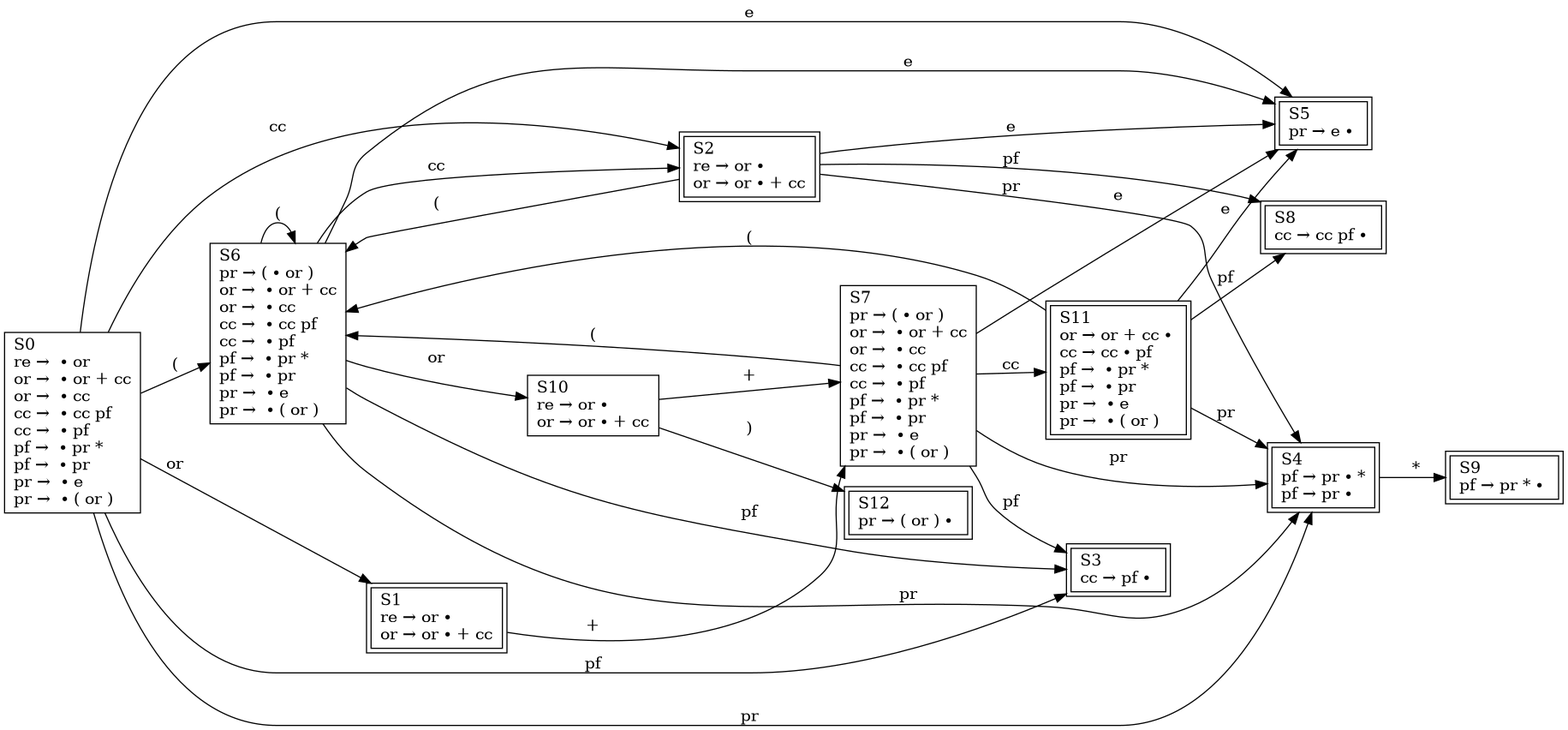
Earlier version of the Graphviz export img/re-parser-cfsm.png (yuyuranium/ToC-Project-2021-re2nfa-bot). Its source is kept beside it as dot/re-parser-cfsm.dot.
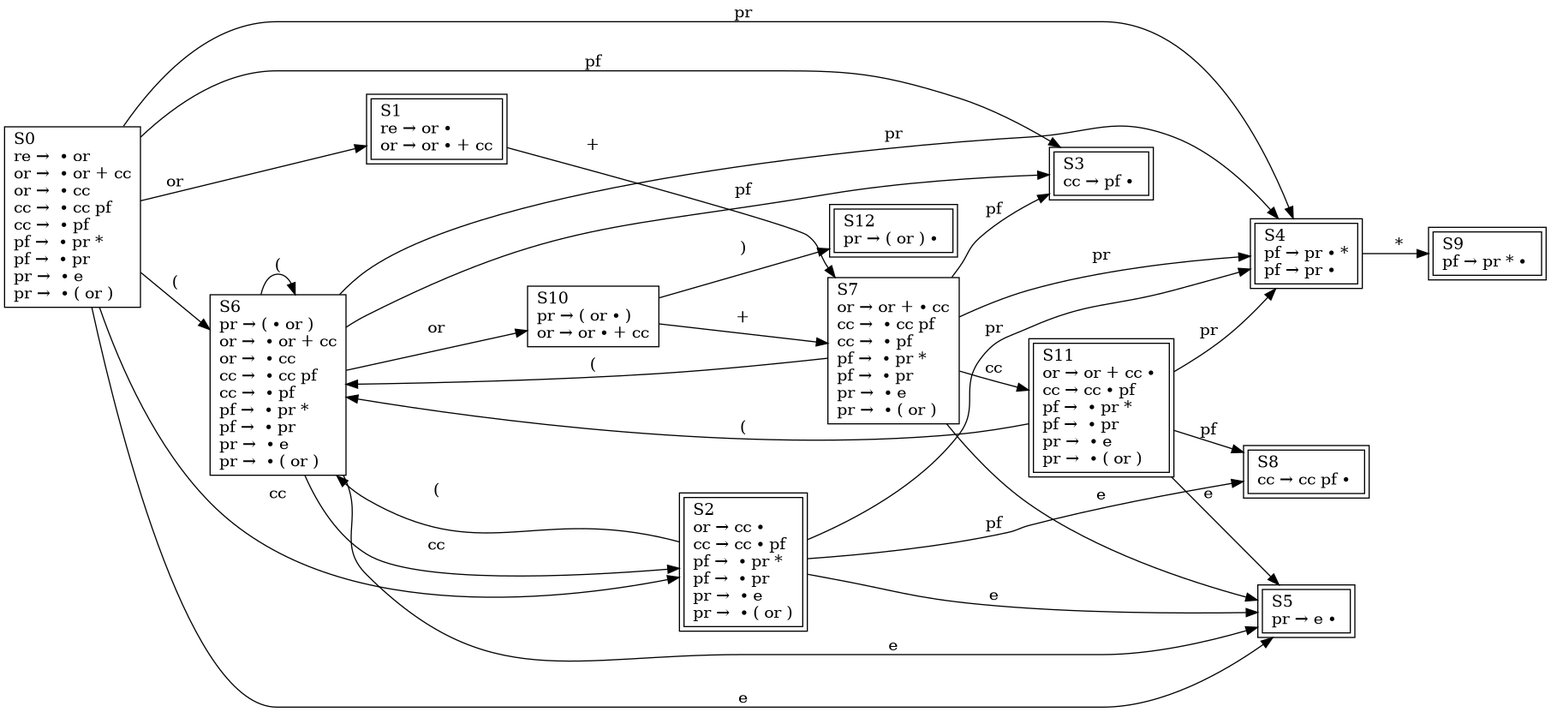
After the change.

Commit message:
Revise cfsm of re parser

What changed in the source:
```diff
@@ -2,19 +2,19 @@
   rankdir=LR;
   node [shape = rectangle];
   "S0" [label="S0\lre →  ∙ or\lor →  ∙ or + cc\lor →  ∙ cc\lcc →  ∙ cc pf\lcc →  ∙ pf\lpf →  ∙ pr *\lpf →  ∙ pr\lpr →  ∙ e\lpr →  ∙ ( or )\l"];
-  "S7" [label="S7\lpr → ( ∙ or )\lor →  ∙ or + cc\lor →  ∙ cc\lcc →  ∙ cc pf\lcc →  ∙ pf\lpf →  ∙ pr *\lpf →  ∙ pr\lpr →  ∙ e\lpr →  ∙ ( or )\l"];
-  "S10" [label="S10\lre → or ∙ \lor → or ∙ + cc\l"];
   "S6" [label="S6\lpr → ( ∙ or )\lor →  ∙ or + cc\lor →  ∙ cc\lcc →  ∙ cc pf\lcc →  ∙ pf\lpf →  ∙ pr *\lpf →  ∙ pr\lpr →  ∙ e\lpr →  ∙ ( or )\l"];
+  "S7" [label="S7\lor → or + ∙ cc\lcc →  ∙ cc pf\lcc →  ∙ pf\lpf →  ∙ pr *\lpf →  ∙ pr\lpr →  ∙ e\lpr →  ∙ ( or )\l"];
+  "S10" [label="S10\lpr → ( or ∙ )\lor → or ∙ + cc\l"];
   node [shape = rectangle peripheries=2];
   "S1" [label="S1\lre → or ∙ \lor → or ∙ + cc\l"];
+  "S2" [label="S2\lor → cc ∙ \lcc → cc ∙ pf\lpf →  ∙ pr *\lpf →  ∙ pr\lpr →  ∙ e\lpr →  ∙ ( or )"];
+  "S3" [label="S3\lcc → pf ∙ \l"];
   "S4" [label="S4\lpf → pr ∙ *\lpf → pr ∙ \l"];
+  "S5" [label="S5\lpr → e ∙ \l"];
+  "S8" [label="S8\lcc → cc pf ∙ \l"];
   "S9" [label="S9\lpf → pr * ∙ \l"];
-  "S5" [label="S5\lpr → e ∙ \l"];
-  "S2" [label="S2\lre → or ∙ \lor → or ∙ + cc\l"];
   "S11" [label="S11\lor → or + cc ∙ \lcc → cc ∙ pf\lpf →  ∙ pr *\lpf →  ∙ pr\lpr →  ∙ e\lpr →  ∙ ( or )\l"];
   "S12" [label="S12\lpr → ( or ) ∙ \l"];
-  "S3" [label="S3\lcc → pf ∙ \l"];
-  "S8" [label="S8\lcc → cc pf ∙ \l"];
   "S1" -> "S7" [ label=" + " ];
   "S10" -> "S7" [ label=" + " ];
   "S4" -> "S9" [ label=" * " ];
```
